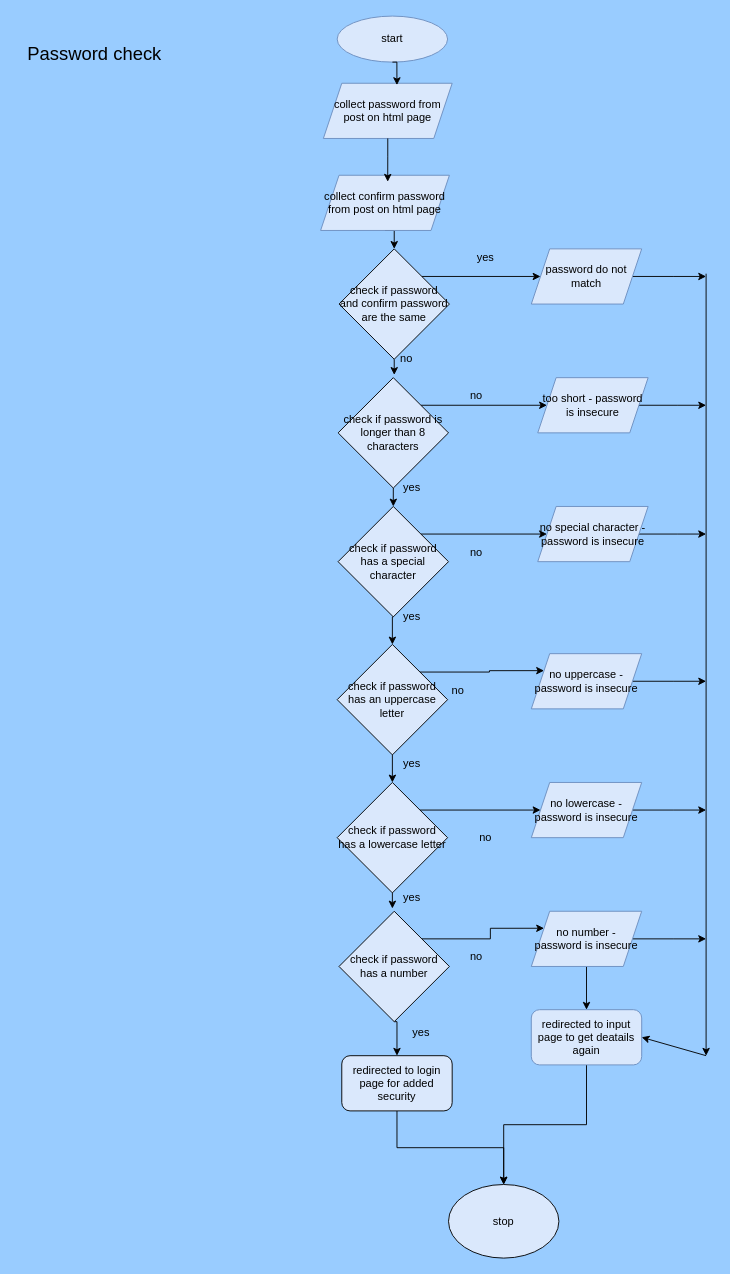
This is page "password check" (8 of 8) of Assignments/To Do list/website_design_flowchart.drawio from alexbaxter07/college, a draw.io file, before an edit. Source tidied: cells renumbered, new cells numbered last; positions are measured from the earlier drawing's top-left corner, leaving out a move shared by most shapes. Both pictures are drawn from the tidied source at 92%, with x=0, y=0 at pixel (16, 16).
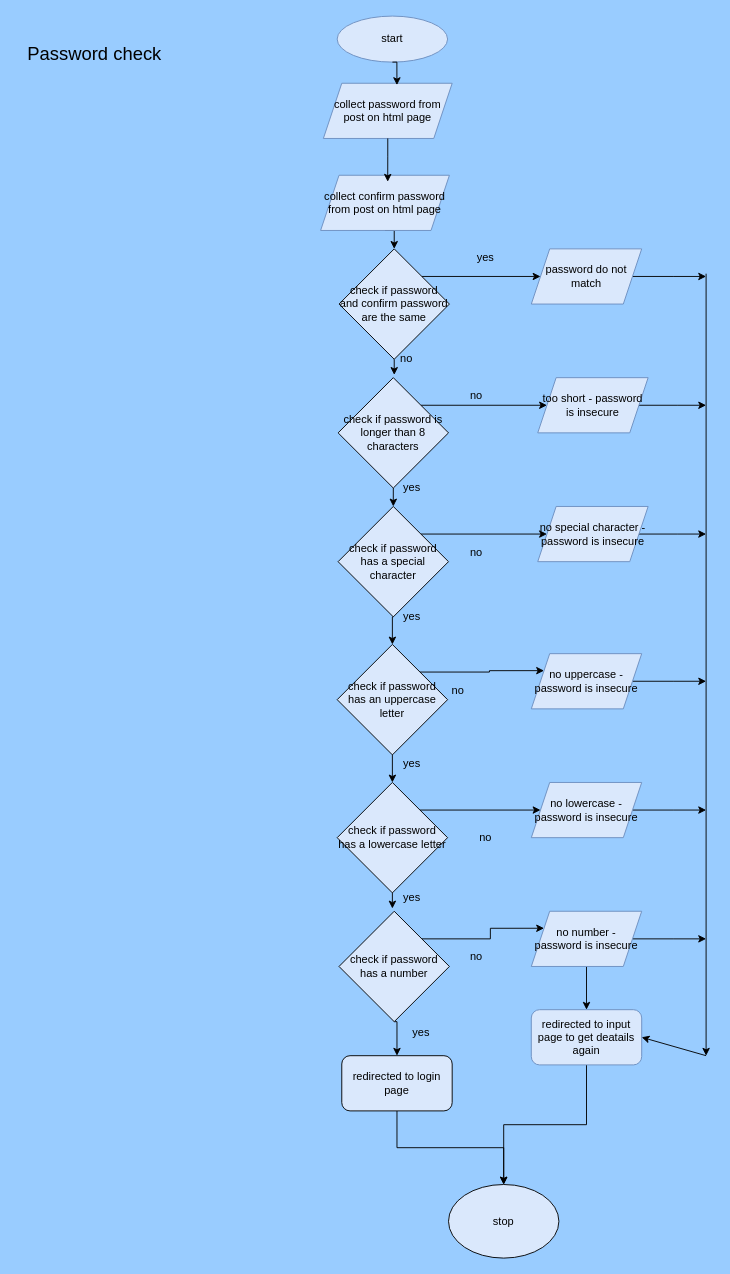
After the change.

What changed in the source:
```diff
@@
-    <mxCell id="41" value="redirected to login page for added security" style="rounded=1;whiteSpace=wrap;html=1;fillColor=#dae8fc;strokeColor=#000000;" parent="1" vertex="1">
+    <mxCell id="41" value="redirected to login page" style="rounded=1;whiteSpace=wrap;html=1;fillColor=#dae8fc;strokeColor=#000000;" parent="1" vertex="1">
       <mxGeometry x="354" y="1130" width="120" height="60" as="geometry" />
     </mxCell>
```
